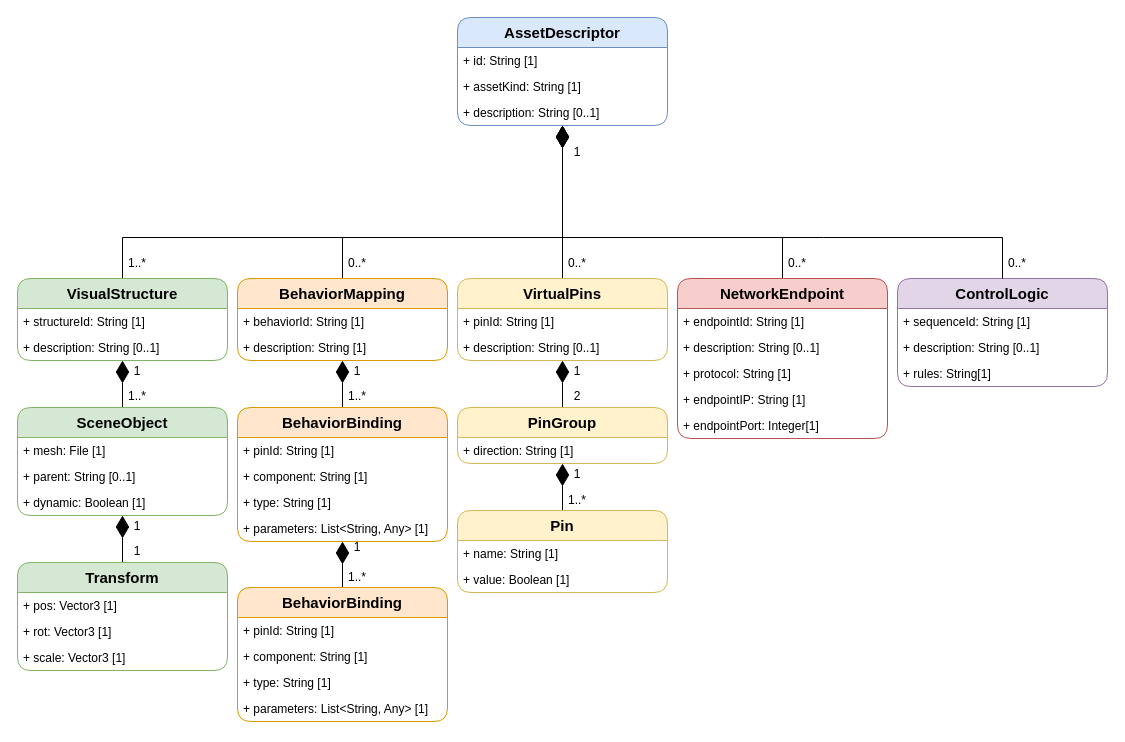
TSGouveia/Tese keeps this draw.io diagram as Documentos/drawio/Modelo de Dados.drawio. Above is the earlier version. Source tidied: cells renumbered, new cells numbered last; positions are measured from the earlier drawing's top-left corner, leaving out a move shared by most shapes. Both pictures are drawn from the tidied source at 100%, with x=0, y=0 at pixel (17, 17).
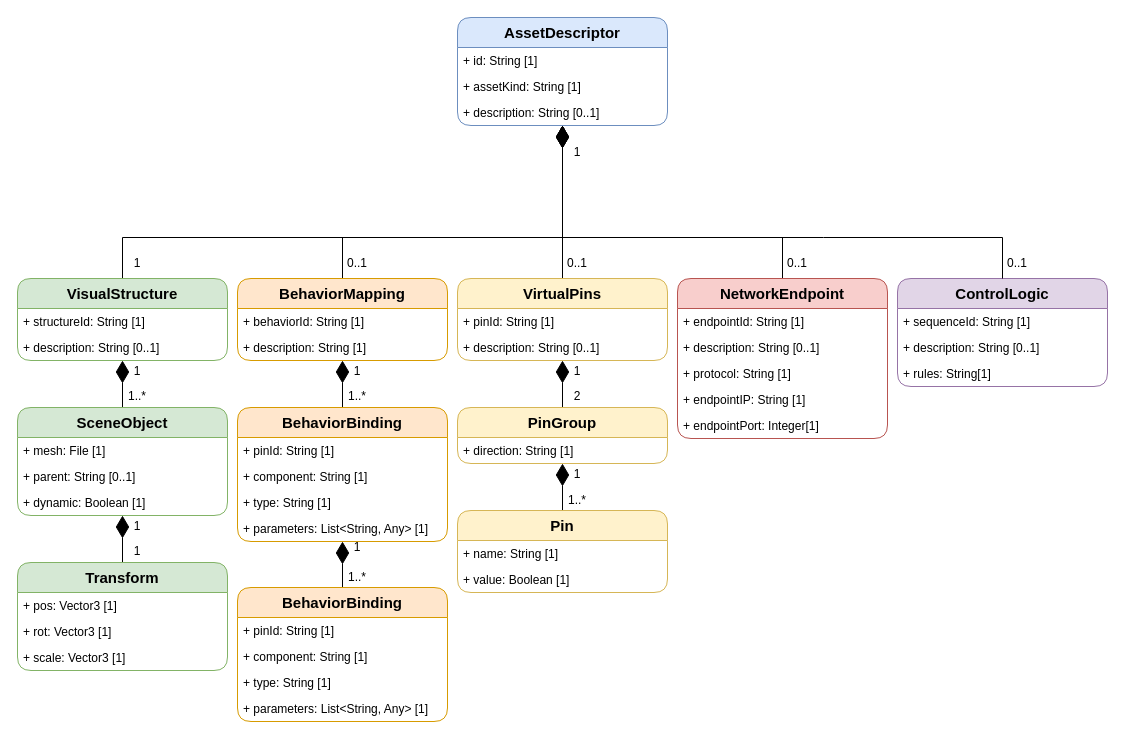
After the change.

Change to the diagram source:
```diff
@@
-    <mxCell id="33" value="1..*" style="text;html=1;whiteSpace=wrap;strokeColor=none;fillColor=none;align=center;verticalAlign=middle;rounded=0;fontSize=12;" parent="1" vertex="1">
+    <mxCell id="33" value="1" style="text;html=1;whiteSpace=wrap;strokeColor=none;fillColor=none;align=center;verticalAlign=middle;rounded=0;fontSize=12;" parent="1" vertex="1">
       <mxGeometry x="90" y="231" width="60" height="30" as="geometry" />
     </mxCell>
-    <mxCell id="34" value="0..*" style="text;html=1;whiteSpace=wrap;strokeColor=none;fillColor=none;align=center;verticalAlign=middle;rounded=0;fontSize=12;" parent="1" vertex="1">
+    <mxCell id="34" value="0..1" style="text;html=1;whiteSpace=wrap;strokeColor=none;fillColor=none;align=center;verticalAlign=middle;rounded=0;fontSize=12;" parent="1" vertex="1">
       <mxGeometry x="310" y="231" width="60" height="30" as="geometry" />
     </mxCell>
-    <mxCell id="35" value="0..*" style="text;html=1;whiteSpace=wrap;strokeColor=none;fillColor=none;align=center;verticalAlign=middle;rounded=0;fontSize=12;" parent="1" vertex="1">
+    <mxCell id="35" value="0..1" style="text;html=1;whiteSpace=wrap;strokeColor=none;fillColor=none;align=center;verticalAlign=middle;rounded=0;fontSize=12;" parent="1" vertex="1">
       <mxGeometry x="530" y="231" width="60" height="30" as="geometry" />
     </mxCell>
@@
-    <mxCell id="62" value="0..*" style="text;html=1;whiteSpace=wrap;strokeColor=none;fillColor=none;align=center;verticalAlign=middle;rounded=0;fontSize=12;" parent="1" vertex="1">
+    <mxCell id="62" value="0..1" style="text;html=1;whiteSpace=wrap;strokeColor=none;fillColor=none;align=center;verticalAlign=middle;rounded=0;fontSize=12;" parent="1" vertex="1">
       <mxGeometry x="750" y="231" width="60" height="30" as="geometry" />
     </mxCell>
-    <mxCell id="63" value="0..*" style="text;html=1;whiteSpace=wrap;strokeColor=none;fillColor=none;align=center;verticalAlign=middle;rounded=0;fontSize=12;" parent="1" vertex="1">
+    <mxCell id="63" value="0..1" style="text;html=1;whiteSpace=wrap;strokeColor=none;fillColor=none;align=center;verticalAlign=middle;rounded=0;fontSize=12;" parent="1" vertex="1">
       <mxGeometry x="970" y="231" width="60" height="30" as="geometry" />
     </mxCell>
```
